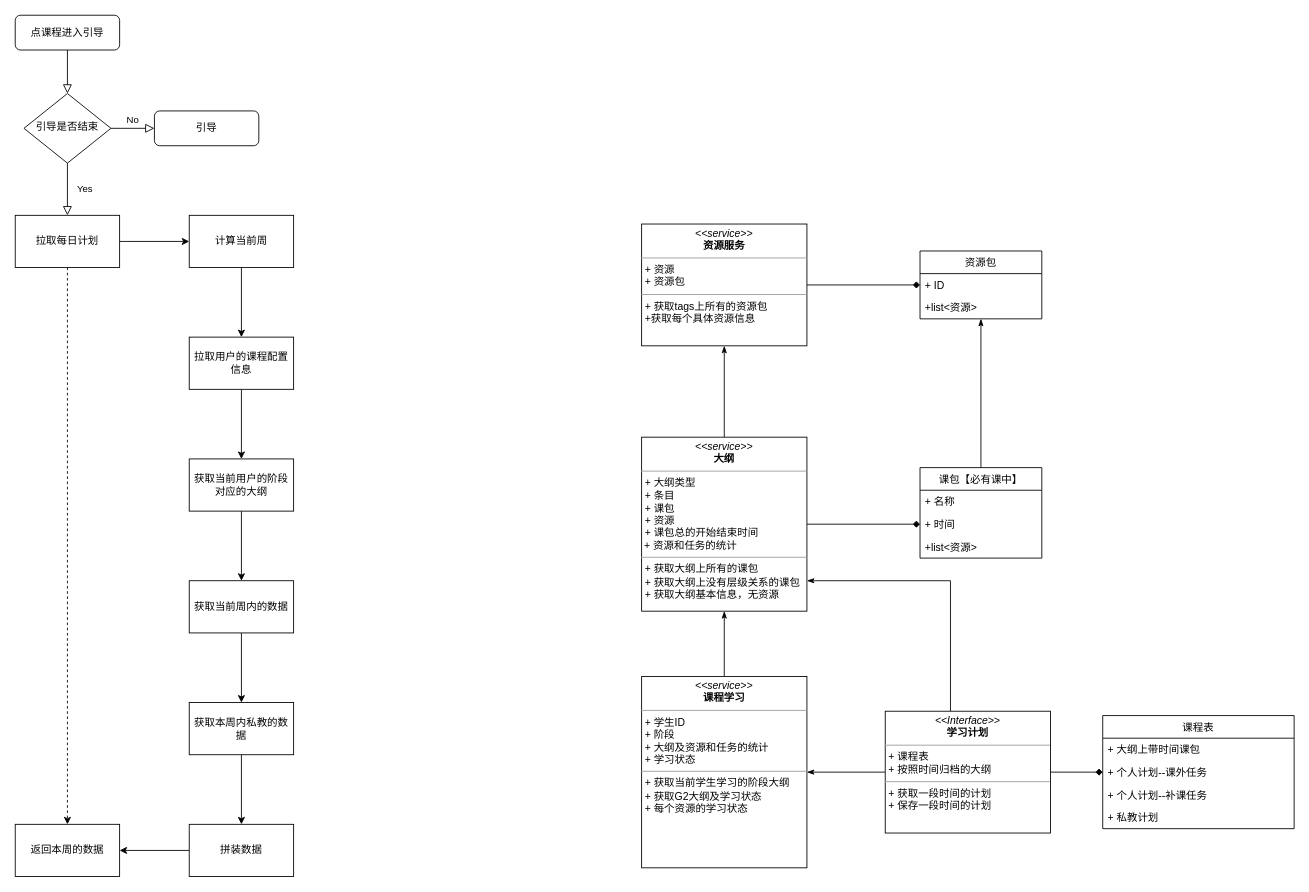
Before: Untitled Diagram.drawio in lxp521125/pic, a draw.io diagram. Source tidied: cells renumbered, new cells numbered last; positions are measured from the earlier drawing's top-left corner, leaving out a move shared by most shapes. Both pictures are drawn from the tidied source at 87%, with x=0, y=0 at pixel (15, 15).
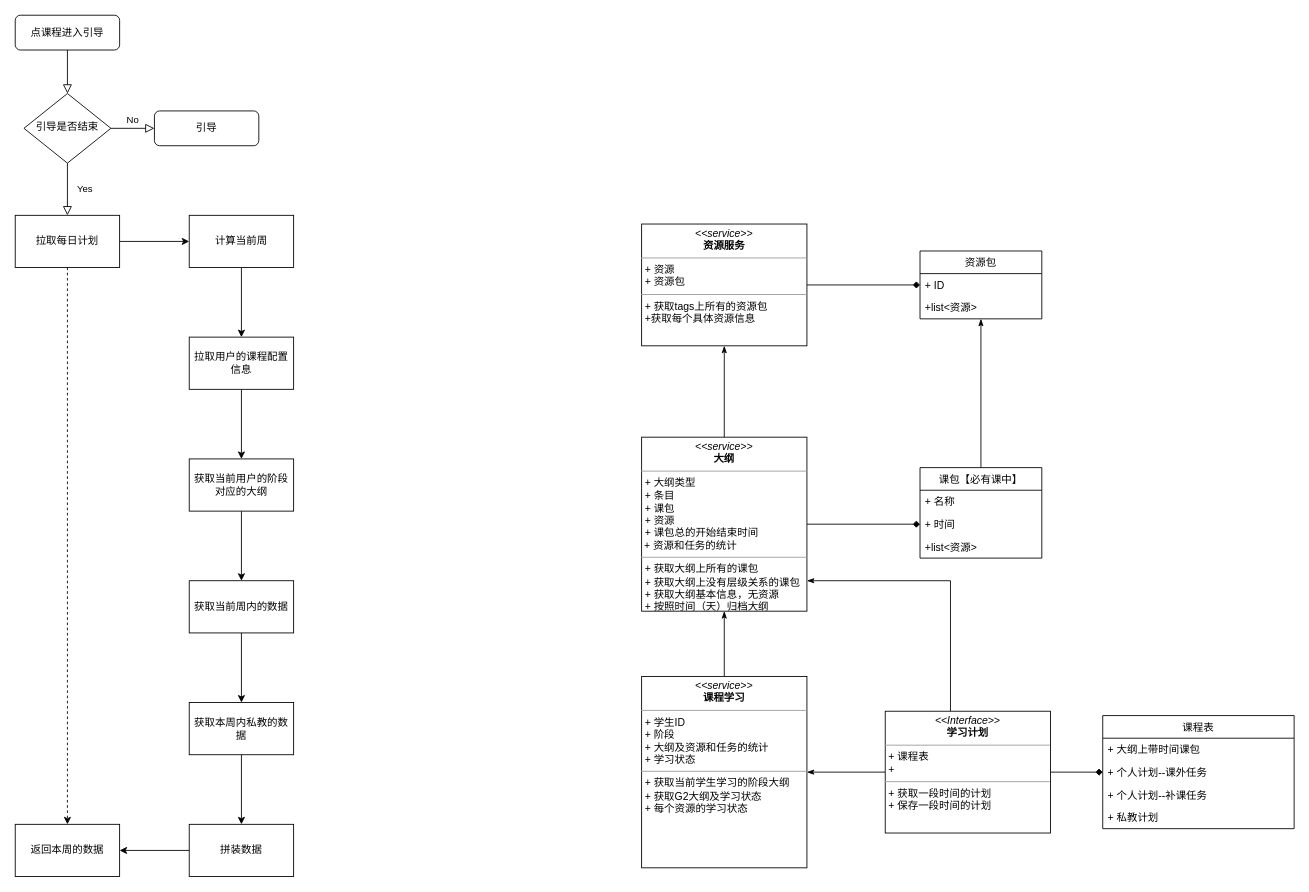
Above is the later version.

Diff of the diagram source:
```diff
@@
-    <mxCell id="45" value="&lt;p style=&quot;margin: 0px ; margin-top: 4px ; text-align: center&quot;&gt;&lt;i&gt;&amp;lt;&amp;lt;service&amp;gt;&amp;gt;&lt;/i&gt;&lt;br&gt;&lt;b&gt;大纲&lt;/b&gt;&lt;/p&gt;&lt;hr size=&quot;1&quot;&gt;&lt;p style=&quot;margin: 0px ; margin-left: 4px&quot;&gt;+&amp;nbsp;大纲类型&lt;br&gt;+&amp;nbsp;条目&lt;/p&gt;&lt;p style=&quot;margin: 0px ; margin-left: 4px&quot;&gt;+&amp;nbsp;课包&lt;/p&gt;&lt;p style=&quot;margin: 0px ; margin-left: 4px&quot;&gt;+&amp;nbsp;资源&lt;/p&gt;&lt;p style=&quot;margin: 0px ; margin-left: 4px&quot;&gt;+&amp;nbsp;课包总的开始结束时间&lt;/p&gt;&amp;nbsp;+ 资源和任务的统计&lt;hr size=&quot;1&quot;&gt;&lt;p style=&quot;margin: 0px ; margin-left: 4px&quot;&gt;+ 获取大纲上所有的课包&lt;br&gt;+&amp;nbsp;获取大纲上没有层级关系的课包&lt;/p&gt;&lt;p style=&quot;margin: 0px ; margin-left: 4px&quot;&gt;+ 获取大纲基本信息，无资源&lt;/p&gt;" style="verticalAlign=top;align=left;overflow=fill;fontSize=12;fontFamily=Helvetica;html=1;" parent="1" vertex="1">
+    <mxCell id="45" value="&lt;p style=&quot;margin: 0px ; margin-top: 4px ; text-align: center&quot;&gt;&lt;i&gt;&amp;lt;&amp;lt;service&amp;gt;&amp;gt;&lt;/i&gt;&lt;br&gt;&lt;b&gt;大纲&lt;/b&gt;&lt;/p&gt;&lt;hr size=&quot;1&quot;&gt;&lt;p style=&quot;margin: 0px ; margin-left: 4px&quot;&gt;+&amp;nbsp;大纲类型&lt;br&gt;+&amp;nbsp;条目&lt;/p&gt;&lt;p style=&quot;margin: 0px ; margin-left: 4px&quot;&gt;+&amp;nbsp;课包&lt;/p&gt;&lt;p style=&quot;margin: 0px ; margin-left: 4px&quot;&gt;+&amp;nbsp;资源&lt;/p&gt;&lt;p style=&quot;margin: 0px ; margin-left: 4px&quot;&gt;+&amp;nbsp;课包总的开始结束时间&lt;/p&gt;&amp;nbsp;+ 资源和任务的统计&lt;hr size=&quot;1&quot;&gt;&lt;p style=&quot;margin: 0px ; margin-left: 4px&quot;&gt;+ 获取大纲上所有的课包&lt;br&gt;+&amp;nbsp;获取大纲上没有层级关系的课包&lt;/p&gt;&lt;p style=&quot;margin: 0px ; margin-left: 4px&quot;&gt;+ 获取大纲基本信息，无资源&lt;/p&gt;&lt;p style=&quot;margin: 0px ; margin-left: 4px&quot;&gt;+&amp;nbsp;按照时间（天）归档大纲&lt;/p&gt;" style="verticalAlign=top;align=left;overflow=fill;fontSize=12;fontFamily=Helvetica;html=1;" parent="1" vertex="1">
       <mxGeometry x="720" y="485" width="190" height="200" as="geometry" />
     </mxCell>
@@
-    <mxCell id="47" value="&lt;p style=&quot;margin: 0px ; margin-top: 4px ; text-align: center&quot;&gt;&lt;i&gt;&amp;lt;&amp;lt;Interface&amp;gt;&amp;gt;&lt;/i&gt;&lt;br&gt;&lt;b&gt;学习计划&lt;/b&gt;&lt;/p&gt;&lt;hr size=&quot;1&quot;&gt;&lt;p style=&quot;margin: 0px ; margin-left: 4px&quot;&gt;+&amp;nbsp;课程表&lt;br&gt;+&amp;nbsp;按照时间归档的大纲&lt;/p&gt;&lt;hr size=&quot;1&quot;&gt;&lt;p style=&quot;margin: 0px ; margin-left: 4px&quot;&gt;+&amp;nbsp;获取一段时间的计划&lt;/p&gt;&lt;p style=&quot;margin: 0px ; margin-left: 4px&quot;&gt;+&amp;nbsp;保存一段时间的计划&lt;/p&gt;" style="verticalAlign=top;align=left;overflow=fill;fontSize=12;fontFamily=Helvetica;html=1;" parent="1" vertex="1">
+    <mxCell id="47" value="&lt;p style=&quot;margin: 0px ; margin-top: 4px ; text-align: center&quot;&gt;&lt;i&gt;&amp;lt;&amp;lt;Interface&amp;gt;&amp;gt;&lt;/i&gt;&lt;br&gt;&lt;b&gt;学习计划&lt;/b&gt;&lt;/p&gt;&lt;hr size=&quot;1&quot;&gt;&lt;p style=&quot;margin: 0px ; margin-left: 4px&quot;&gt;+&amp;nbsp;课程表&lt;br&gt;+&amp;nbsp;&lt;/p&gt;&lt;hr size=&quot;1&quot;&gt;&lt;p style=&quot;margin: 0px ; margin-left: 4px&quot;&gt;+&amp;nbsp;获取一段时间的计划&lt;/p&gt;&lt;p style=&quot;margin: 0px ; margin-left: 4px&quot;&gt;+&amp;nbsp;保存一段时间的计划&lt;/p&gt;" style="verticalAlign=top;align=left;overflow=fill;fontSize=12;fontFamily=Helvetica;html=1;" parent="1" vertex="1">
       <mxGeometry x="1000" y="800" width="190" height="140" as="geometry" />
     </mxCell>
```
